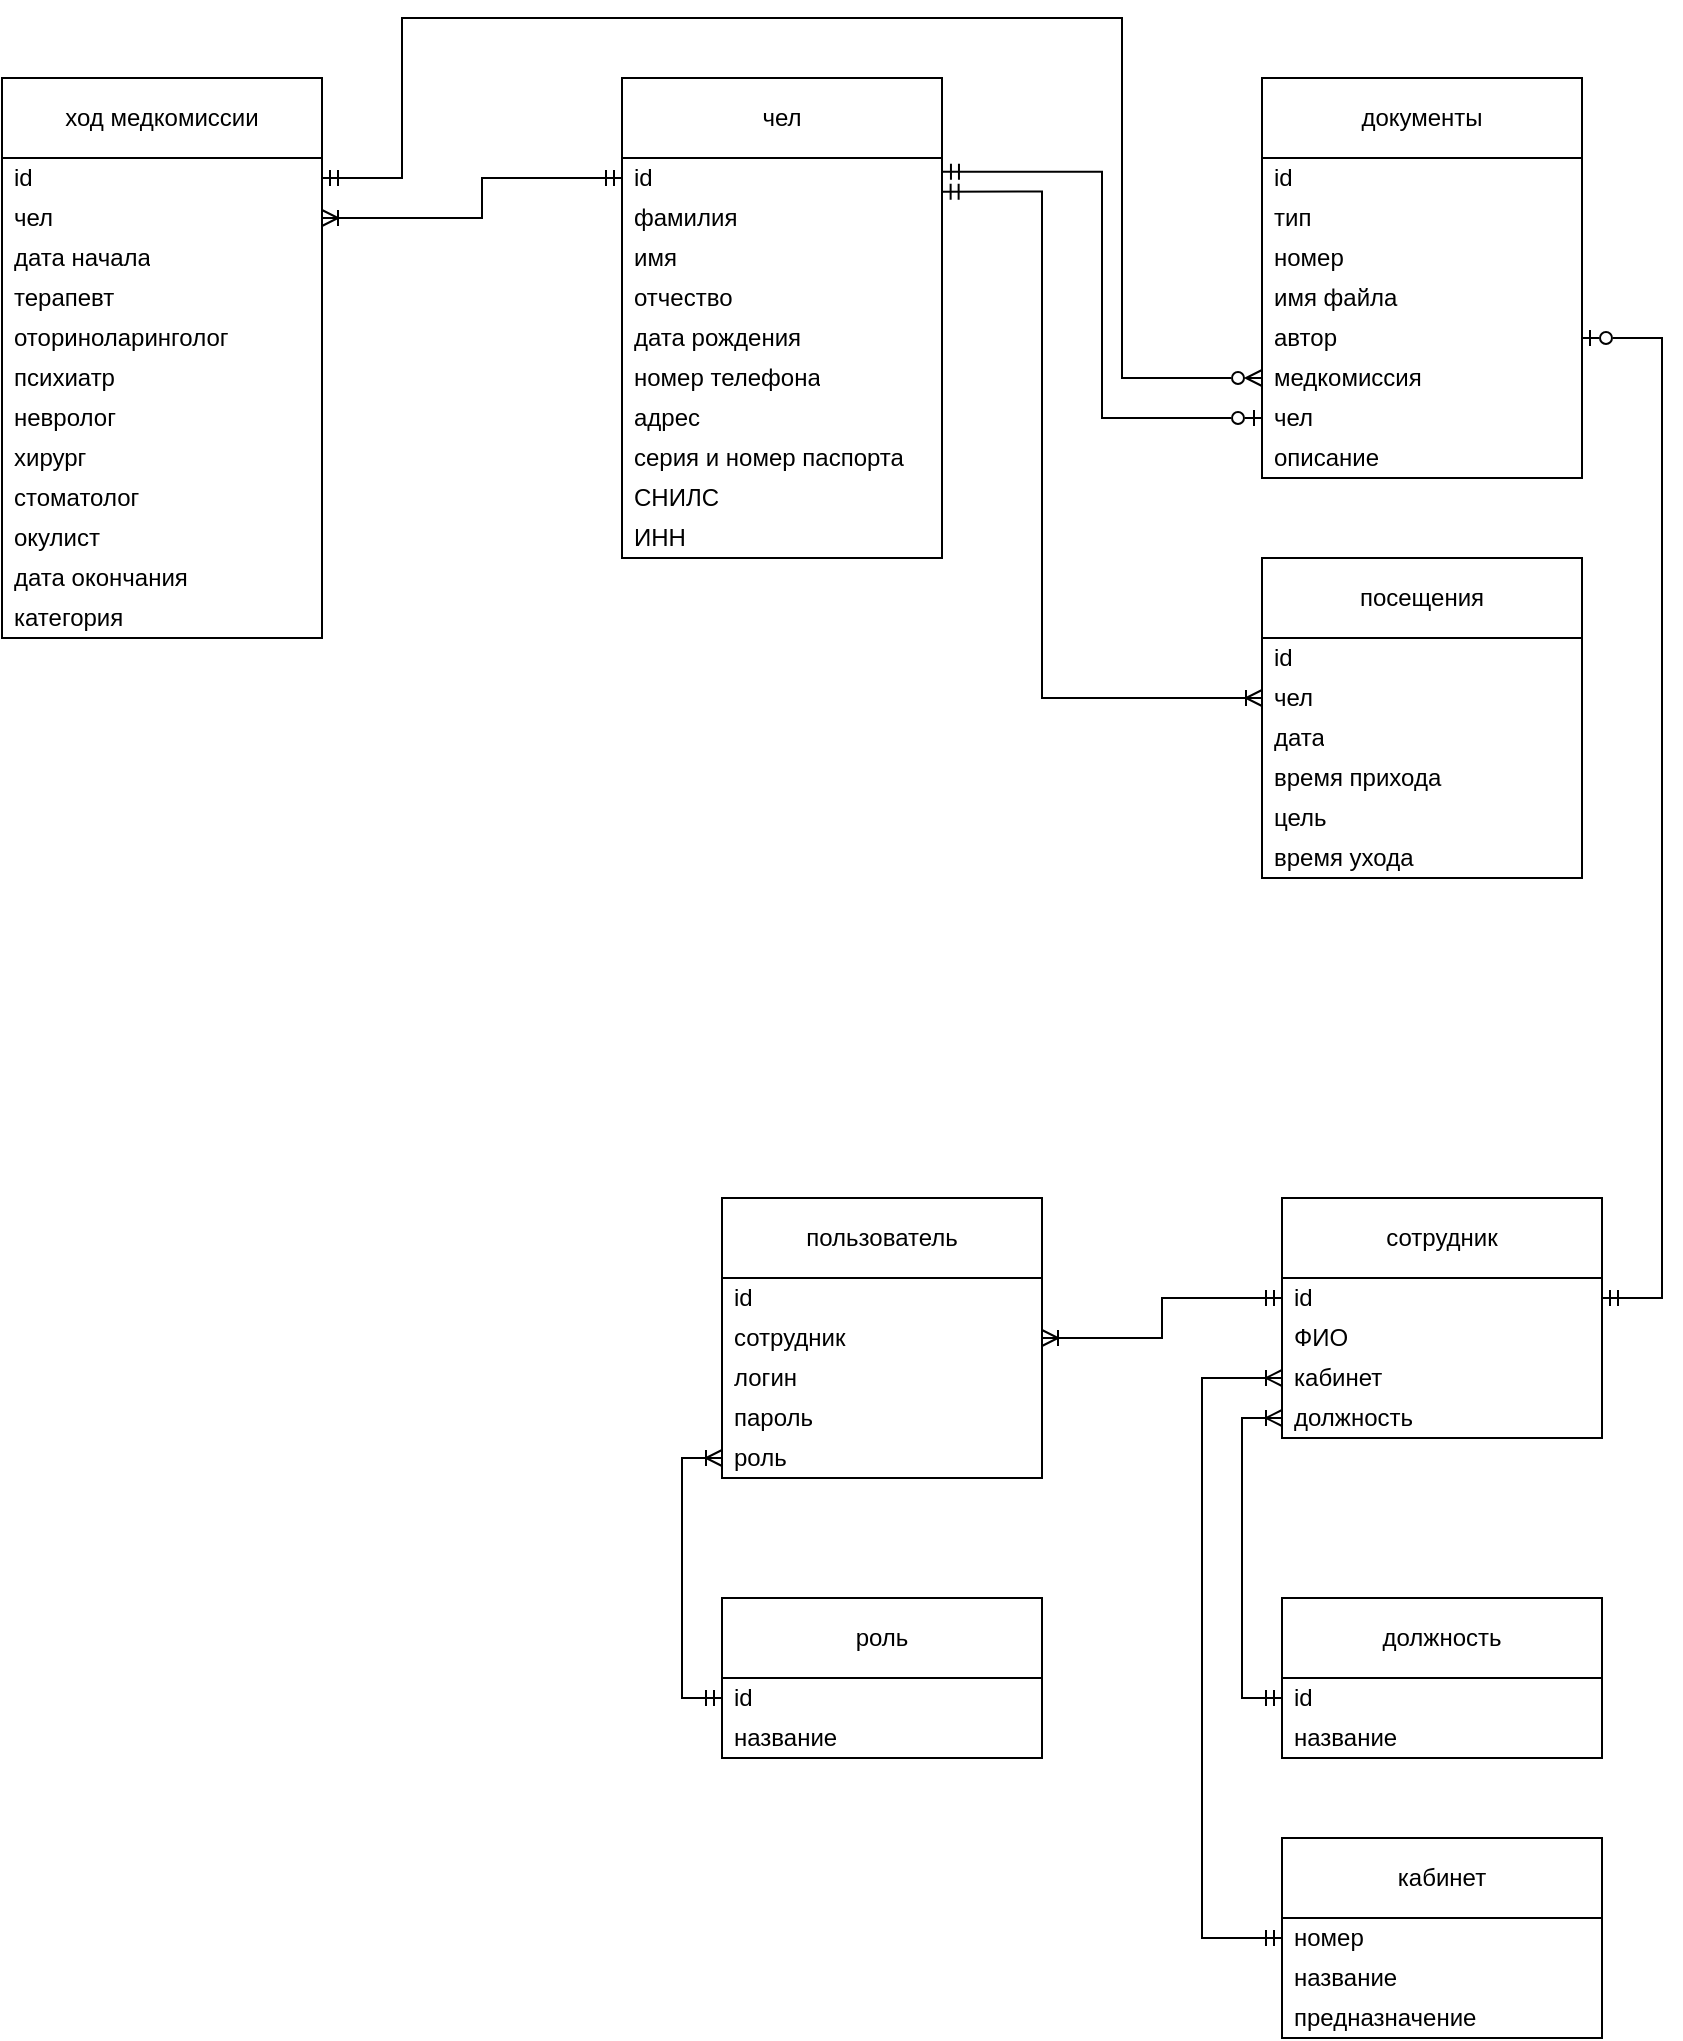
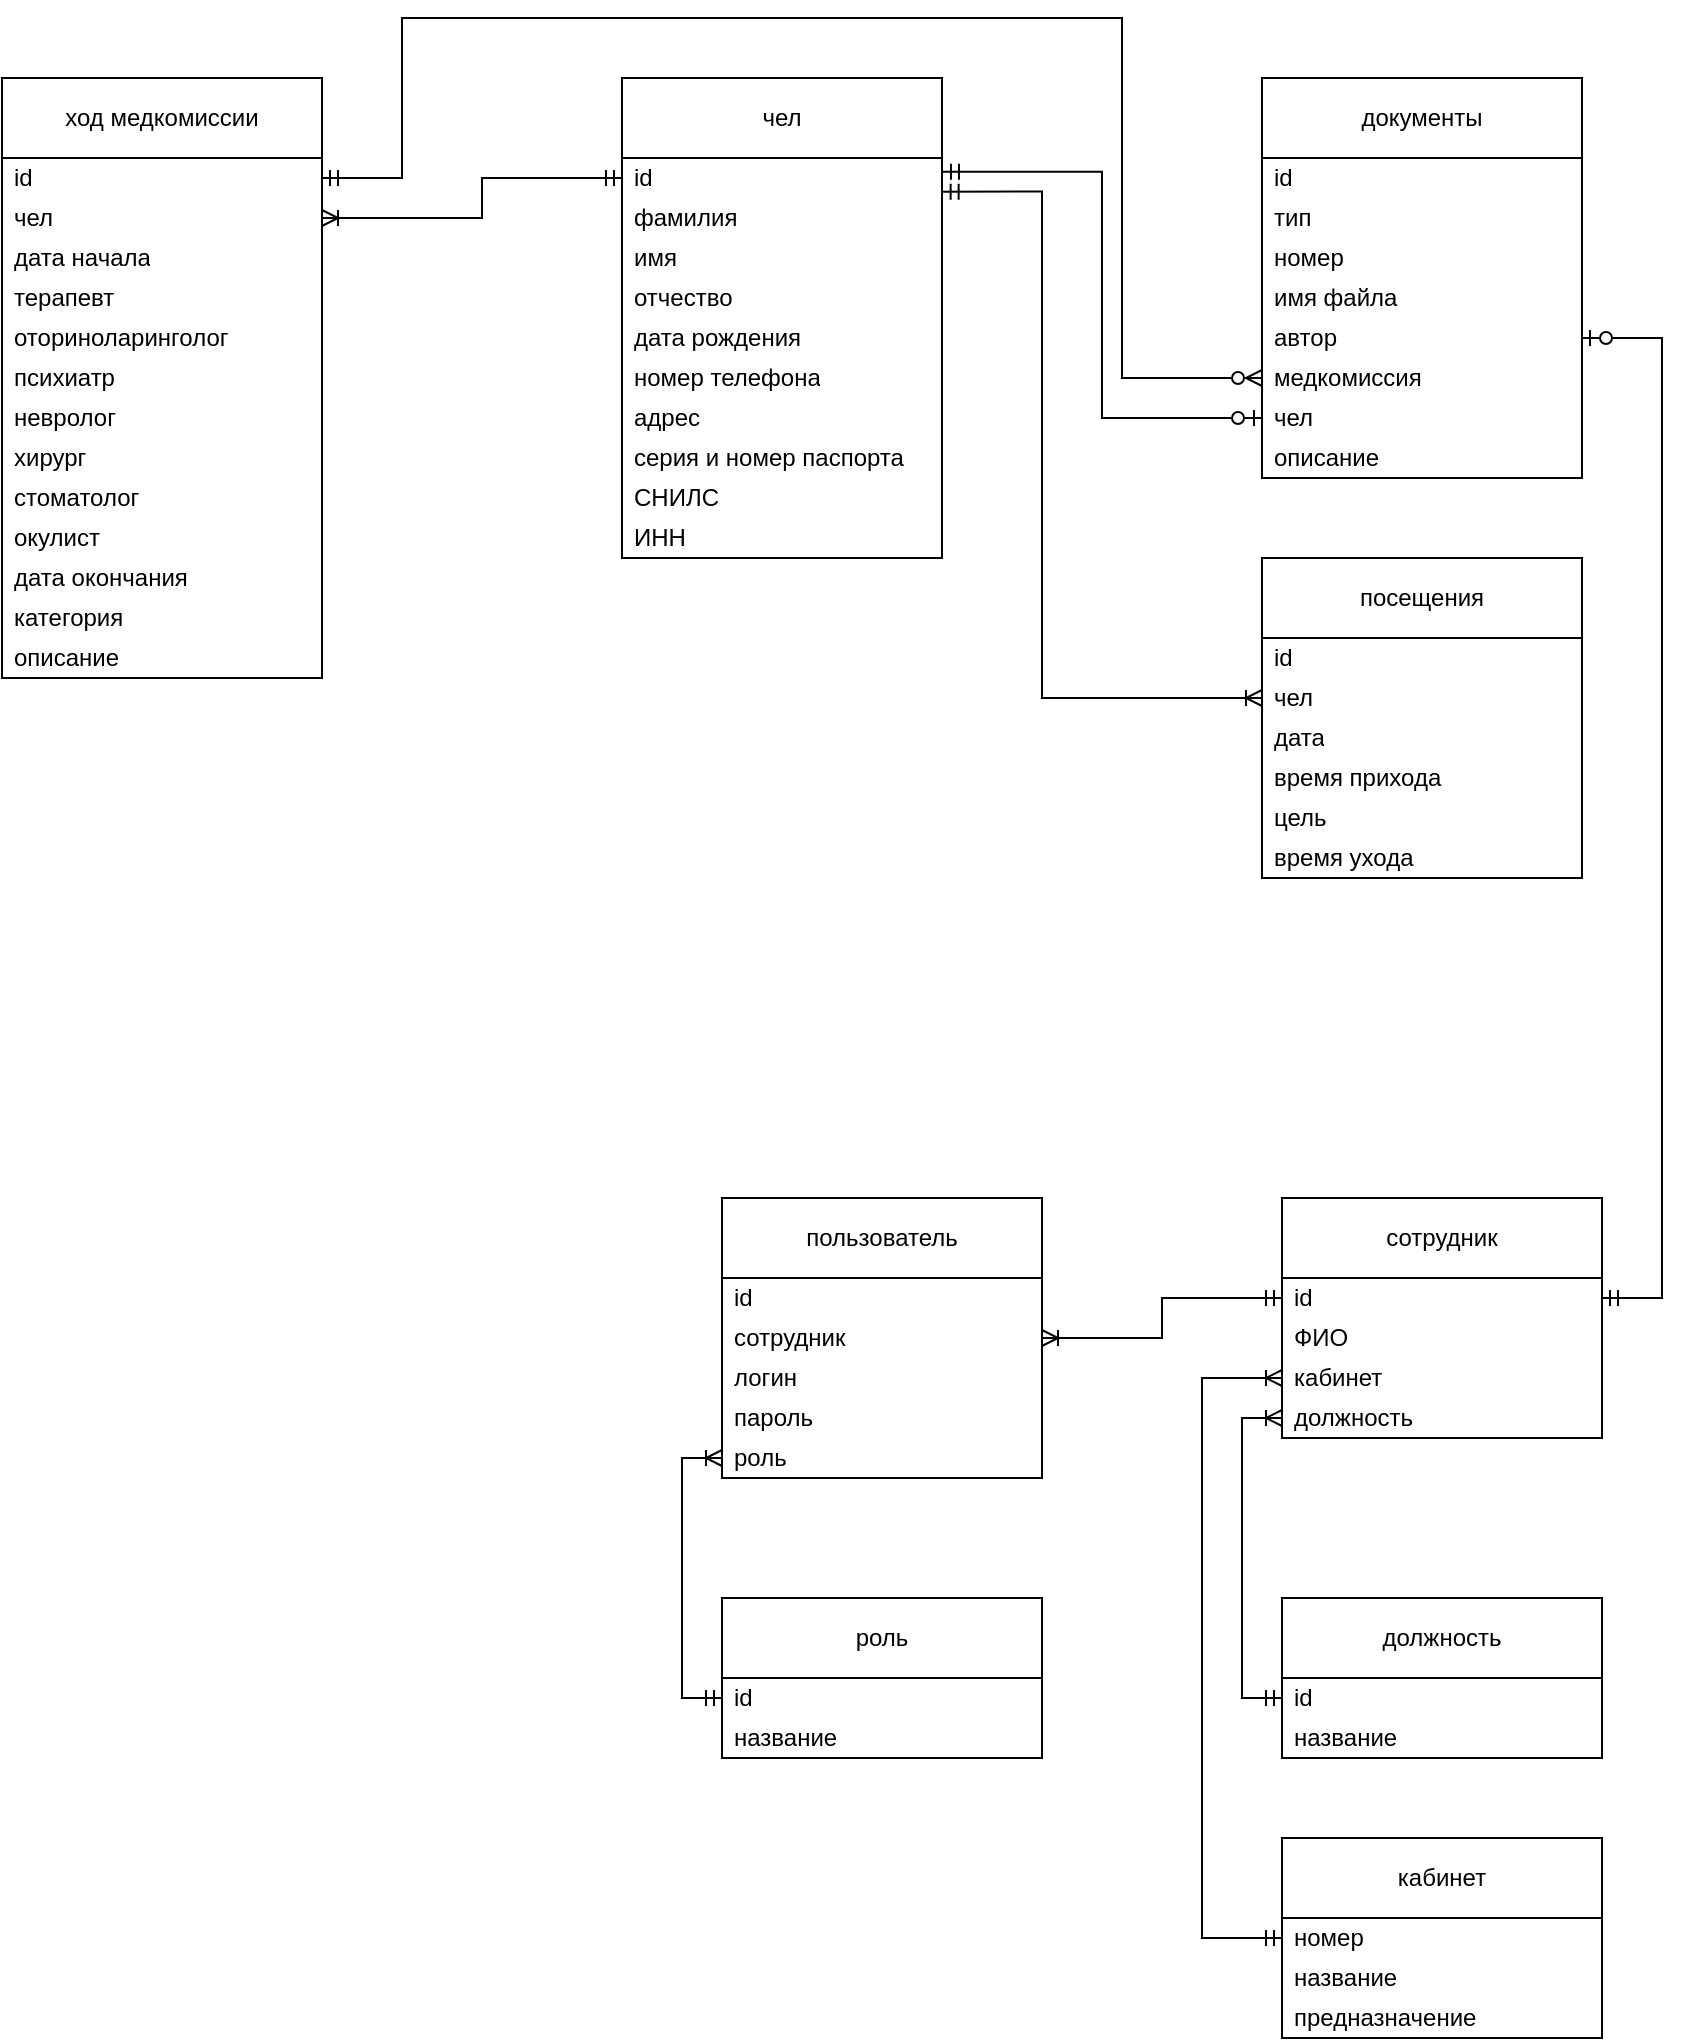
<mxfile host="Electron" agent="Mozilla/5.0 (Windows NT 10.0; Win64; x64) AppleWebKit/537.36 (KHTML, like Gecko) draw.io/29.6.1 Chrome/142.0.7444.265 Electron/39.8.0 Safari/537.36" version="29.6.1">
  <diagram name="Страница-1" id="S3eH96T5Km2KiMN3JvNQ">
-     <mxGraphModel dx="607" dy="378" grid="1" gridSize="10" guides="1" tooltips="1" connect="1" arrows="1" fold="1" page="1" pageScale="1" pageWidth="827" pageHeight="1169" math="0" shadow="0">
+     <mxGraphModel dx="1188" dy="741" grid="1" gridSize="10" guides="1" tooltips="1" connect="1" arrows="1" fold="1" page="1" pageScale="1" pageWidth="827" pageHeight="1169" math="0" shadow="0">
      <root>
        <mxCell id="0" />
        <mxCell id="1" parent="0" />
        <mxCell id="QCCio0czqhQAYPsaJVkk-1" parent="1" style="swimlane;fontStyle=0;childLayout=stackLayout;horizontal=1;startSize=40;horizontalStack=0;resizeParent=1;resizeParentMax=0;resizeLast=0;collapsible=1;marginBottom=0;whiteSpace=wrap;html=1;" value="чел" vertex="1">
          <mxGeometry height="240" width="160" x="750" y="200" as="geometry" />
        </mxCell>
        <mxCell id="QCCio0czqhQAYPsaJVkk-2" parent="QCCio0czqhQAYPsaJVkk-1" style="text;strokeColor=none;fillColor=none;align=left;verticalAlign=middle;spacingLeft=4;spacingRight=4;overflow=hidden;points=[[0,0.5],[1,0.5]];portConstraint=eastwest;rotatable=0;whiteSpace=wrap;html=1;" value="id" vertex="1">
          <mxGeometry height="20" width="160" y="40" as="geometry" />
        </mxCell>
        <mxCell id="QCCio0czqhQAYPsaJVkk-3" parent="QCCio0czqhQAYPsaJVkk-1" style="text;strokeColor=none;fillColor=none;align=left;verticalAlign=middle;spacingLeft=4;spacingRight=4;overflow=hidden;points=[[0,0.5],[1,0.5]];portConstraint=eastwest;rotatable=0;whiteSpace=wrap;html=1;" value="фамилия" vertex="1">
          <mxGeometry height="20" width="160" y="60" as="geometry" />
        </mxCell>
        <mxCell id="QCCio0czqhQAYPsaJVkk-4" parent="QCCio0czqhQAYPsaJVkk-1" style="text;strokeColor=none;fillColor=none;align=left;verticalAlign=middle;spacingLeft=4;spacingRight=4;overflow=hidden;points=[[0,0.5],[1,0.5]];portConstraint=eastwest;rotatable=0;whiteSpace=wrap;html=1;" value="имя" vertex="1">
          <mxGeometry height="20" width="160" y="80" as="geometry" />
        </mxCell>
        <mxCell id="QCCio0czqhQAYPsaJVkk-5" parent="QCCio0czqhQAYPsaJVkk-1" style="text;strokeColor=none;fillColor=none;align=left;verticalAlign=middle;spacingLeft=4;spacingRight=4;overflow=hidden;points=[[0,0.5],[1,0.5]];portConstraint=eastwest;rotatable=0;whiteSpace=wrap;html=1;" value="отчество" vertex="1">
          <mxGeometry height="20" width="160" y="100" as="geometry" />
        </mxCell>
        <mxCell id="QCCio0czqhQAYPsaJVkk-6" parent="QCCio0czqhQAYPsaJVkk-1" style="text;strokeColor=none;fillColor=none;align=left;verticalAlign=middle;spacingLeft=4;spacingRight=4;overflow=hidden;points=[[0,0.5],[1,0.5]];portConstraint=eastwest;rotatable=0;whiteSpace=wrap;html=1;" value="дата рождения" vertex="1">
          <mxGeometry height="20" width="160" y="120" as="geometry" />
        </mxCell>
        <mxCell id="QCCio0czqhQAYPsaJVkk-7" parent="QCCio0czqhQAYPsaJVkk-1" style="text;strokeColor=none;fillColor=none;align=left;verticalAlign=middle;spacingLeft=4;spacingRight=4;overflow=hidden;points=[[0,0.5],[1,0.5]];portConstraint=eastwest;rotatable=0;whiteSpace=wrap;html=1;" value="номер телефона" vertex="1">
          <mxGeometry height="20" width="160" y="140" as="geometry" />
        </mxCell>
        <mxCell id="QCCio0czqhQAYPsaJVkk-8" parent="QCCio0czqhQAYPsaJVkk-1" style="text;strokeColor=none;fillColor=none;align=left;verticalAlign=middle;spacingLeft=4;spacingRight=4;overflow=hidden;points=[[0,0.5],[1,0.5]];portConstraint=eastwest;rotatable=0;whiteSpace=wrap;html=1;" value="адрес" vertex="1">
          <mxGeometry height="20" width="160" y="160" as="geometry" />
        </mxCell>
        <mxCell id="QCCio0czqhQAYPsaJVkk-9" parent="QCCio0czqhQAYPsaJVkk-1" style="text;strokeColor=none;fillColor=none;align=left;verticalAlign=middle;spacingLeft=4;spacingRight=4;overflow=hidden;points=[[0,0.5],[1,0.5]];portConstraint=eastwest;rotatable=0;whiteSpace=wrap;html=1;" value="серия и номер паспорта" vertex="1">
          <mxGeometry height="20" width="160" y="180" as="geometry" />
        </mxCell>
        <mxCell id="QCCio0czqhQAYPsaJVkk-10" parent="QCCio0czqhQAYPsaJVkk-1" style="text;strokeColor=none;fillColor=none;align=left;verticalAlign=middle;spacingLeft=4;spacingRight=4;overflow=hidden;points=[[0,0.5],[1,0.5]];portConstraint=eastwest;rotatable=0;whiteSpace=wrap;html=1;" value="СНИЛС" vertex="1">
          <mxGeometry height="20" width="160" y="200" as="geometry" />
        </mxCell>
        <mxCell id="QCCio0czqhQAYPsaJVkk-11" parent="QCCio0czqhQAYPsaJVkk-1" style="text;strokeColor=none;fillColor=none;align=left;verticalAlign=middle;spacingLeft=4;spacingRight=4;overflow=hidden;points=[[0,0.5],[1,0.5]];portConstraint=eastwest;rotatable=0;whiteSpace=wrap;html=1;" value="ИНН" vertex="1">
          <mxGeometry height="20" width="160" y="220" as="geometry" />
        </mxCell>
        <mxCell id="QCCio0czqhQAYPsaJVkk-14" parent="1" style="swimlane;fontStyle=0;childLayout=stackLayout;horizontal=1;startSize=40;horizontalStack=0;resizeParent=1;resizeParentMax=0;resizeLast=0;collapsible=1;marginBottom=0;whiteSpace=wrap;html=1;" value="посещения" vertex="1">
          <mxGeometry height="160" width="160" x="1070" y="440" as="geometry" />
        </mxCell>
        <mxCell id="QCCio0czqhQAYPsaJVkk-15" parent="QCCio0czqhQAYPsaJVkk-14" style="text;strokeColor=none;fillColor=none;align=left;verticalAlign=middle;spacingLeft=4;spacingRight=4;overflow=hidden;points=[[0,0.5],[1,0.5]];portConstraint=eastwest;rotatable=0;whiteSpace=wrap;html=1;" value="id" vertex="1">
          <mxGeometry height="20" width="160" y="40" as="geometry" />
        </mxCell>
        <mxCell id="QCCio0czqhQAYPsaJVkk-16" parent="QCCio0czqhQAYPsaJVkk-14" style="text;strokeColor=none;fillColor=none;align=left;verticalAlign=middle;spacingLeft=4;spacingRight=4;overflow=hidden;points=[[0,0.5],[1,0.5]];portConstraint=eastwest;rotatable=0;whiteSpace=wrap;html=1;" value="чел" vertex="1">
          <mxGeometry height="20" width="160" y="60" as="geometry" />
        </mxCell>
        <mxCell id="QCCio0czqhQAYPsaJVkk-17" parent="QCCio0czqhQAYPsaJVkk-14" style="text;strokeColor=none;fillColor=none;align=left;verticalAlign=middle;spacingLeft=4;spacingRight=4;overflow=hidden;points=[[0,0.5],[1,0.5]];portConstraint=eastwest;rotatable=0;whiteSpace=wrap;html=1;" value="дата" vertex="1">
          <mxGeometry height="20" width="160" y="80" as="geometry" />
        </mxCell>
        <mxCell id="iJ2i9DIFwPjE_dnxFoKW-2" parent="QCCio0czqhQAYPsaJVkk-14" style="text;strokeColor=none;fillColor=none;align=left;verticalAlign=middle;spacingLeft=4;spacingRight=4;overflow=hidden;points=[[0,0.5],[1,0.5]];portConstraint=eastwest;rotatable=0;whiteSpace=wrap;html=1;" value="время прихода" vertex="1">
          <mxGeometry height="20" width="160" y="100" as="geometry" />
        </mxCell>
        <mxCell id="QCCio0czqhQAYPsaJVkk-18" parent="QCCio0czqhQAYPsaJVkk-14" style="text;strokeColor=none;fillColor=none;align=left;verticalAlign=middle;spacingLeft=4;spacingRight=4;overflow=hidden;points=[[0,0.5],[1,0.5]];portConstraint=eastwest;rotatable=0;whiteSpace=wrap;html=1;" value="цель" vertex="1">
          <mxGeometry height="20" width="160" y="120" as="geometry" />
        </mxCell>
        <mxCell id="iJ2i9DIFwPjE_dnxFoKW-1" parent="QCCio0czqhQAYPsaJVkk-14" style="text;strokeColor=none;fillColor=none;align=left;verticalAlign=middle;spacingLeft=4;spacingRight=4;overflow=hidden;points=[[0,0.5],[1,0.5]];portConstraint=eastwest;rotatable=0;whiteSpace=wrap;html=1;" value="время ухода" vertex="1">
          <mxGeometry height="20" width="160" y="140" as="geometry" />
        </mxCell>
        <mxCell id="QCCio0czqhQAYPsaJVkk-19" parent="1" style="swimlane;fontStyle=0;childLayout=stackLayout;horizontal=1;startSize=40;horizontalStack=0;resizeParent=1;resizeParentMax=0;resizeLast=0;collapsible=1;marginBottom=0;whiteSpace=wrap;html=1;" value="сотрудник" vertex="1">
          <mxGeometry height="120" width="160" x="1080" y="760" as="geometry" />
        </mxCell>
        <mxCell id="QCCio0czqhQAYPsaJVkk-20" parent="QCCio0czqhQAYPsaJVkk-19" style="text;strokeColor=none;fillColor=none;align=left;verticalAlign=middle;spacingLeft=4;spacingRight=4;overflow=hidden;points=[[0,0.5],[1,0.5]];portConstraint=eastwest;rotatable=0;whiteSpace=wrap;html=1;" value="id" vertex="1">
          <mxGeometry height="20" width="160" y="40" as="geometry" />
        </mxCell>
        <mxCell id="QCCio0czqhQAYPsaJVkk-21" parent="QCCio0czqhQAYPsaJVkk-19" style="text;strokeColor=none;fillColor=none;align=left;verticalAlign=middle;spacingLeft=4;spacingRight=4;overflow=hidden;points=[[0,0.5],[1,0.5]];portConstraint=eastwest;rotatable=0;whiteSpace=wrap;html=1;" value="ФИО" vertex="1">
          <mxGeometry height="20" width="160" y="60" as="geometry" />
        </mxCell>
        <mxCell id="QCCio0czqhQAYPsaJVkk-24" parent="QCCio0czqhQAYPsaJVkk-19" style="text;strokeColor=none;fillColor=none;align=left;verticalAlign=middle;spacingLeft=4;spacingRight=4;overflow=hidden;points=[[0,0.5],[1,0.5]];portConstraint=eastwest;rotatable=0;whiteSpace=wrap;html=1;" value="кабинет" vertex="1">
          <mxGeometry height="20" width="160" y="80" as="geometry" />
        </mxCell>
        <mxCell id="_7CWWWRRHnUByzOvKkJp-8" parent="QCCio0czqhQAYPsaJVkk-19" style="text;strokeColor=none;fillColor=none;align=left;verticalAlign=middle;spacingLeft=4;spacingRight=4;overflow=hidden;points=[[0,0.5],[1,0.5]];portConstraint=eastwest;rotatable=0;whiteSpace=wrap;html=1;" value="должность" vertex="1">
          <mxGeometry height="20" width="160" y="100" as="geometry" />
        </mxCell>
        <mxCell id="QCCio0czqhQAYPsaJVkk-25" parent="1" style="swimlane;fontStyle=0;childLayout=stackLayout;horizontal=1;startSize=40;horizontalStack=0;resizeParent=1;resizeParentMax=0;resizeLast=0;collapsible=1;marginBottom=0;whiteSpace=wrap;html=1;" value="кабинет" vertex="1">
          <mxGeometry height="100" width="160" x="1080" y="1080" as="geometry" />
        </mxCell>
        <mxCell id="QCCio0czqhQAYPsaJVkk-26" parent="QCCio0czqhQAYPsaJVkk-25" style="text;strokeColor=none;fillColor=none;align=left;verticalAlign=middle;spacingLeft=4;spacingRight=4;overflow=hidden;points=[[0,0.5],[1,0.5]];portConstraint=eastwest;rotatable=0;whiteSpace=wrap;html=1;" value="номер" vertex="1">
          <mxGeometry height="20" width="160" y="40" as="geometry" />
        </mxCell>
        <mxCell id="QCCio0czqhQAYPsaJVkk-27" parent="QCCio0czqhQAYPsaJVkk-25" style="text;strokeColor=none;fillColor=none;align=left;verticalAlign=middle;spacingLeft=4;spacingRight=4;overflow=hidden;points=[[0,0.5],[1,0.5]];portConstraint=eastwest;rotatable=0;whiteSpace=wrap;html=1;" value="название" vertex="1">
          <mxGeometry height="20" width="160" y="60" as="geometry" />
        </mxCell>
        <mxCell id="QCCio0czqhQAYPsaJVkk-28" parent="QCCio0czqhQAYPsaJVkk-25" style="text;strokeColor=none;fillColor=none;align=left;verticalAlign=middle;spacingLeft=4;spacingRight=4;overflow=hidden;points=[[0,0.5],[1,0.5]];portConstraint=eastwest;rotatable=0;whiteSpace=wrap;html=1;" value="предназначение" vertex="1">
          <mxGeometry height="20" width="160" y="80" as="geometry" />
        </mxCell>
        <mxCell id="QCCio0czqhQAYPsaJVkk-29" edge="1" parent="1" source="QCCio0czqhQAYPsaJVkk-24" style="edgeStyle=orthogonalEdgeStyle;rounded=0;orthogonalLoop=1;jettySize=auto;html=1;startArrow=ERoneToMany;startFill=0;endArrow=ERmandOne;endFill=0;exitX=0;exitY=0.5;exitDx=0;exitDy=0;">
          <mxGeometry relative="1" as="geometry">
            <Array as="points">
              <mxPoint x="1040" y="850" />
              <mxPoint x="1040" y="1130" />
            </Array>
            <mxPoint x="1080" y="910" as="sourcePoint" />
            <mxPoint x="1080" y="1130" as="targetPoint" />
          </mxGeometry>
        </mxCell>
        <mxCell id="QCCio0czqhQAYPsaJVkk-30" parent="1" style="swimlane;fontStyle=0;childLayout=stackLayout;horizontal=1;startSize=40;horizontalStack=0;resizeParent=1;resizeParentMax=0;resizeLast=0;collapsible=1;marginBottom=0;whiteSpace=wrap;html=1;" value="документы" vertex="1">
          <mxGeometry height="200" width="160" x="1070" y="200" as="geometry" />
        </mxCell>
        <mxCell id="QCCio0czqhQAYPsaJVkk-31" parent="QCCio0czqhQAYPsaJVkk-30" style="text;strokeColor=none;fillColor=none;align=left;verticalAlign=middle;spacingLeft=4;spacingRight=4;overflow=hidden;points=[[0,0.5],[1,0.5]];portConstraint=eastwest;rotatable=0;whiteSpace=wrap;html=1;" value="id" vertex="1">
          <mxGeometry height="20" width="160" y="40" as="geometry" />
        </mxCell>
        <mxCell id="QCCio0czqhQAYPsaJVkk-32" parent="QCCio0czqhQAYPsaJVkk-30" style="text;strokeColor=none;fillColor=none;align=left;verticalAlign=middle;spacingLeft=4;spacingRight=4;overflow=hidden;points=[[0,0.5],[1,0.5]];portConstraint=eastwest;rotatable=0;whiteSpace=wrap;html=1;" value="тип" vertex="1">
          <mxGeometry height="20" width="160" y="60" as="geometry" />
        </mxCell>
        <mxCell id="QCCio0czqhQAYPsaJVkk-33" parent="QCCio0czqhQAYPsaJVkk-30" style="text;strokeColor=none;fillColor=none;align=left;verticalAlign=middle;spacingLeft=4;spacingRight=4;overflow=hidden;points=[[0,0.5],[1,0.5]];portConstraint=eastwest;rotatable=0;whiteSpace=wrap;html=1;" value="номер" vertex="1">
          <mxGeometry height="20" width="160" y="80" as="geometry" />
        </mxCell>
        <mxCell id="5v35WYOy-HeSkfLyppc9-16" parent="QCCio0czqhQAYPsaJVkk-30" style="text;strokeColor=none;fillColor=none;align=left;verticalAlign=middle;spacingLeft=4;spacingRight=4;overflow=hidden;points=[[0,0.5],[1,0.5]];portConstraint=eastwest;rotatable=0;whiteSpace=wrap;html=1;" value="имя файла" vertex="1">
          <mxGeometry height="20" width="160" y="100" as="geometry" />
        </mxCell>
        <mxCell id="QCCio0czqhQAYPsaJVkk-34" parent="QCCio0czqhQAYPsaJVkk-30" style="text;strokeColor=none;fillColor=none;align=left;verticalAlign=middle;spacingLeft=4;spacingRight=4;overflow=hidden;points=[[0,0.5],[1,0.5]];portConstraint=eastwest;rotatable=0;whiteSpace=wrap;html=1;" value="автор" vertex="1">
          <mxGeometry height="20" width="160" y="120" as="geometry" />
        </mxCell>
        <mxCell id="5v35WYOy-HeSkfLyppc9-18" parent="QCCio0czqhQAYPsaJVkk-30" style="text;strokeColor=none;fillColor=none;align=left;verticalAlign=middle;spacingLeft=4;spacingRight=4;overflow=hidden;points=[[0,0.5],[1,0.5]];portConstraint=eastwest;rotatable=0;whiteSpace=wrap;html=1;" value="медкомиссия" vertex="1">
          <mxGeometry height="20" width="160" y="140" as="geometry" />
        </mxCell>
        <mxCell id="QCCio0czqhQAYPsaJVkk-37" parent="QCCio0czqhQAYPsaJVkk-30" style="text;strokeColor=none;fillColor=none;align=left;verticalAlign=middle;spacingLeft=4;spacingRight=4;overflow=hidden;points=[[0,0.5],[1,0.5]];portConstraint=eastwest;rotatable=0;whiteSpace=wrap;html=1;" value="чел" vertex="1">
          <mxGeometry height="20" width="160" y="160" as="geometry" />
        </mxCell>
        <mxCell id="5v35WYOy-HeSkfLyppc9-17" parent="QCCio0czqhQAYPsaJVkk-30" style="text;strokeColor=none;fillColor=none;align=left;verticalAlign=middle;spacingLeft=4;spacingRight=4;overflow=hidden;points=[[0,0.5],[1,0.5]];portConstraint=eastwest;rotatable=0;whiteSpace=wrap;html=1;" value="описание" vertex="1">
          <mxGeometry height="20" width="160" y="180" as="geometry" />
        </mxCell>
        <mxCell id="QCCio0czqhQAYPsaJVkk-38" edge="1" parent="1" source="QCCio0czqhQAYPsaJVkk-2" style="edgeStyle=orthogonalEdgeStyle;rounded=0;orthogonalLoop=1;jettySize=auto;html=1;entryX=0;entryY=0.5;entryDx=0;entryDy=0;exitX=1.002;exitY=0.841;exitDx=0;exitDy=0;exitPerimeter=0;startArrow=ERmandOne;startFill=0;endArrow=ERoneToMany;endFill=0;" target="QCCio0czqhQAYPsaJVkk-16">
          <mxGeometry relative="1" as="geometry">
            <Array as="points">
              <mxPoint x="960" y="257" />
              <mxPoint x="960" y="510" />
            </Array>
          </mxGeometry>
        </mxCell>
        <mxCell id="QCCio0czqhQAYPsaJVkk-39" edge="1" parent="1" source="QCCio0czqhQAYPsaJVkk-2" style="edgeStyle=orthogonalEdgeStyle;rounded=0;orthogonalLoop=1;jettySize=auto;html=1;entryX=0;entryY=0.5;entryDx=0;entryDy=0;startArrow=ERmandOne;startFill=0;endArrow=ERzeroToOne;endFill=0;exitX=1.003;exitY=0.344;exitDx=0;exitDy=0;exitPerimeter=0;" target="QCCio0czqhQAYPsaJVkk-37">
          <mxGeometry relative="1" as="geometry">
            <Array as="points">
              <mxPoint x="990" y="247" />
              <mxPoint x="990" y="370" />
            </Array>
            <mxPoint x="1030" y="330" as="targetPoint" />
          </mxGeometry>
        </mxCell>
        <mxCell id="QCCio0czqhQAYPsaJVkk-40" parent="1" style="swimlane;fontStyle=0;childLayout=stackLayout;horizontal=1;startSize=40;horizontalStack=0;resizeParent=1;resizeParentMax=0;resizeLast=0;collapsible=1;marginBottom=0;whiteSpace=wrap;html=1;" value="роль" vertex="1">
          <mxGeometry height="80" width="160" x="800" y="960" as="geometry" />
        </mxCell>
        <mxCell id="QCCio0czqhQAYPsaJVkk-41" parent="QCCio0czqhQAYPsaJVkk-40" style="text;strokeColor=none;fillColor=none;align=left;verticalAlign=middle;spacingLeft=4;spacingRight=4;overflow=hidden;points=[[0,0.5],[1,0.5]];portConstraint=eastwest;rotatable=0;whiteSpace=wrap;html=1;" value="id" vertex="1">
          <mxGeometry height="20" width="160" y="40" as="geometry" />
        </mxCell>
        <mxCell id="QCCio0czqhQAYPsaJVkk-42" parent="QCCio0czqhQAYPsaJVkk-40" style="text;strokeColor=none;fillColor=none;align=left;verticalAlign=middle;spacingLeft=4;spacingRight=4;overflow=hidden;points=[[0,0.5],[1,0.5]];portConstraint=eastwest;rotatable=0;whiteSpace=wrap;html=1;" value="название" vertex="1">
          <mxGeometry height="20" width="160" y="60" as="geometry" />
        </mxCell>
        <mxCell id="QCCio0czqhQAYPsaJVkk-44" edge="1" parent="1" source="QCCio0czqhQAYPsaJVkk-20" style="edgeStyle=orthogonalEdgeStyle;rounded=0;orthogonalLoop=1;jettySize=auto;html=1;entryX=1;entryY=0.5;entryDx=0;entryDy=0;startArrow=ERmandOne;startFill=0;endArrow=ERzeroToOne;endFill=0;exitX=1;exitY=0.5;exitDx=0;exitDy=0;" target="QCCio0czqhQAYPsaJVkk-34">
          <mxGeometry relative="1" as="geometry">
            <Array as="points">
              <mxPoint x="1270" y="810" />
              <mxPoint x="1270" y="330" />
            </Array>
            <mxPoint x="1270" y="750" as="sourcePoint" />
            <mxPoint x="1220" y="390" as="targetPoint" />
          </mxGeometry>
        </mxCell>
        <mxCell id="QCCio0czqhQAYPsaJVkk-45" parent="1" style="swimlane;fontStyle=0;childLayout=stackLayout;horizontal=1;startSize=40;horizontalStack=0;resizeParent=1;resizeParentMax=0;resizeLast=0;collapsible=1;marginBottom=0;whiteSpace=wrap;html=1;" value="ход медкомиссии" vertex="1">
-           <mxGeometry height="280" width="160" x="440" y="200" as="geometry" />
+           <mxGeometry height="300" width="160" x="440" y="200" as="geometry" />
        </mxCell>
        <mxCell id="QCCio0czqhQAYPsaJVkk-46" parent="QCCio0czqhQAYPsaJVkk-45" style="text;strokeColor=none;fillColor=none;align=left;verticalAlign=middle;spacingLeft=4;spacingRight=4;overflow=hidden;points=[[0,0.5],[1,0.5]];portConstraint=eastwest;rotatable=0;whiteSpace=wrap;html=1;" value="id" vertex="1">
          <mxGeometry height="20" width="160" y="40" as="geometry" />
        </mxCell>
        <mxCell id="QCCio0czqhQAYPsaJVkk-47" parent="QCCio0czqhQAYPsaJVkk-45" style="text;strokeColor=none;fillColor=none;align=left;verticalAlign=middle;spacingLeft=4;spacingRight=4;overflow=hidden;points=[[0,0.5],[1,0.5]];portConstraint=eastwest;rotatable=0;whiteSpace=wrap;html=1;" value="чел" vertex="1">
          <mxGeometry height="20" width="160" y="60" as="geometry" />
        </mxCell>
        <mxCell id="QCCio0czqhQAYPsaJVkk-49" parent="QCCio0czqhQAYPsaJVkk-45" style="text;strokeColor=none;fillColor=none;align=left;verticalAlign=middle;spacingLeft=4;spacingRight=4;overflow=hidden;points=[[0,0.5],[1,0.5]];portConstraint=eastwest;rotatable=0;whiteSpace=wrap;html=1;" value="дата начала" vertex="1">
          <mxGeometry height="20" width="160" y="80" as="geometry" />
        </mxCell>
        <mxCell id="QCCio0czqhQAYPsaJVkk-58" parent="QCCio0czqhQAYPsaJVkk-45" style="text;strokeColor=none;fillColor=none;align=left;verticalAlign=middle;spacingLeft=4;spacingRight=4;overflow=hidden;points=[[0,0.5],[1,0.5]];portConstraint=eastwest;rotatable=0;whiteSpace=wrap;html=1;" value="терапевт" vertex="1">
          <mxGeometry height="20" width="160" y="100" as="geometry" />
        </mxCell>
        <mxCell id="QCCio0czqhQAYPsaJVkk-64" parent="QCCio0czqhQAYPsaJVkk-45" style="text;strokeColor=none;fillColor=none;align=left;verticalAlign=middle;spacingLeft=4;spacingRight=4;overflow=hidden;points=[[0,0.5],[1,0.5]];portConstraint=eastwest;rotatable=0;whiteSpace=wrap;html=1;" value="оториноларинголог" vertex="1">
          <mxGeometry height="20" width="160" y="120" as="geometry" />
        </mxCell>
        <mxCell id="QCCio0czqhQAYPsaJVkk-63" parent="QCCio0czqhQAYPsaJVkk-45" style="text;strokeColor=none;fillColor=none;align=left;verticalAlign=middle;spacingLeft=4;spacingRight=4;overflow=hidden;points=[[0,0.5],[1,0.5]];portConstraint=eastwest;rotatable=0;whiteSpace=wrap;html=1;" value="психиатр" vertex="1">
          <mxGeometry height="20" width="160" y="140" as="geometry" />
        </mxCell>
        <mxCell id="QCCio0czqhQAYPsaJVkk-62" parent="QCCio0czqhQAYPsaJVkk-45" style="text;strokeColor=none;fillColor=none;align=left;verticalAlign=middle;spacingLeft=4;spacingRight=4;overflow=hidden;points=[[0,0.5],[1,0.5]];portConstraint=eastwest;rotatable=0;whiteSpace=wrap;html=1;" value="невролог" vertex="1">
          <mxGeometry height="20" width="160" y="160" as="geometry" />
        </mxCell>
        <mxCell id="QCCio0czqhQAYPsaJVkk-61" parent="QCCio0czqhQAYPsaJVkk-45" style="text;strokeColor=none;fillColor=none;align=left;verticalAlign=middle;spacingLeft=4;spacingRight=4;overflow=hidden;points=[[0,0.5],[1,0.5]];portConstraint=eastwest;rotatable=0;whiteSpace=wrap;html=1;" value="хирург" vertex="1">
          <mxGeometry height="20" width="160" y="180" as="geometry" />
        </mxCell>
        <mxCell id="QCCio0czqhQAYPsaJVkk-60" parent="QCCio0czqhQAYPsaJVkk-45" style="text;strokeColor=none;fillColor=none;align=left;verticalAlign=middle;spacingLeft=4;spacingRight=4;overflow=hidden;points=[[0,0.5],[1,0.5]];portConstraint=eastwest;rotatable=0;whiteSpace=wrap;html=1;" value="стоматолог" vertex="1">
          <mxGeometry height="20" width="160" y="200" as="geometry" />
        </mxCell>
        <mxCell id="QCCio0czqhQAYPsaJVkk-59" parent="QCCio0czqhQAYPsaJVkk-45" style="text;strokeColor=none;fillColor=none;align=left;verticalAlign=middle;spacingLeft=4;spacingRight=4;overflow=hidden;points=[[0,0.5],[1,0.5]];portConstraint=eastwest;rotatable=0;whiteSpace=wrap;html=1;" value="окулист" vertex="1">
          <mxGeometry height="20" width="160" y="220" as="geometry" />
        </mxCell>
        <mxCell id="QCCio0czqhQAYPsaJVkk-50" parent="QCCio0czqhQAYPsaJVkk-45" style="text;strokeColor=none;fillColor=none;align=left;verticalAlign=middle;spacingLeft=4;spacingRight=4;overflow=hidden;points=[[0,0.5],[1,0.5]];portConstraint=eastwest;rotatable=0;whiteSpace=wrap;html=1;" value="дата окончания" vertex="1">
          <mxGeometry height="20" width="160" y="240" as="geometry" />
        </mxCell>
        <mxCell id="QCCio0czqhQAYPsaJVkk-51" parent="QCCio0czqhQAYPsaJVkk-45" style="text;strokeColor=none;fillColor=none;align=left;verticalAlign=middle;spacingLeft=4;spacingRight=4;overflow=hidden;points=[[0,0.5],[1,0.5]];portConstraint=eastwest;rotatable=0;whiteSpace=wrap;html=1;" value="категория" vertex="1">
          <mxGeometry height="20" width="160" y="260" as="geometry" />
+         </mxCell>
+         <mxCell id="Js9HRbeX1C3ZTcdUkiNN-1" parent="QCCio0czqhQAYPsaJVkk-45" style="text;strokeColor=none;fillColor=none;align=left;verticalAlign=middle;spacingLeft=4;spacingRight=4;overflow=hidden;points=[[0,0.5],[1,0.5]];portConstraint=eastwest;rotatable=0;whiteSpace=wrap;html=1;" value="описание" vertex="1">
+           <mxGeometry height="20" width="160" y="280" as="geometry" />
        </mxCell>
        <mxCell id="QCCio0czqhQAYPsaJVkk-66" edge="1" parent="1" source="QCCio0czqhQAYPsaJVkk-2" style="edgeStyle=orthogonalEdgeStyle;rounded=0;orthogonalLoop=1;jettySize=auto;html=1;entryX=1;entryY=0.5;entryDx=0;entryDy=0;endArrow=ERoneToMany;endFill=0;startArrow=ERmandOne;startFill=0;" target="QCCio0czqhQAYPsaJVkk-47">
          <mxGeometry relative="1" as="geometry">
            <Array as="points">
              <mxPoint x="680" y="250" />
              <mxPoint x="680" y="270" />
            </Array>
          </mxGeometry>
        </mxCell>
        <mxCell id="QCCio0czqhQAYPsaJVkk-75" parent="1" style="swimlane;fontStyle=0;childLayout=stackLayout;horizontal=1;startSize=40;horizontalStack=0;resizeParent=1;resizeParentMax=0;resizeLast=0;collapsible=1;marginBottom=0;whiteSpace=wrap;html=1;" value="должность" vertex="1">
          <mxGeometry height="80" width="160" x="1080" y="960" as="geometry" />
        </mxCell>
        <mxCell id="QCCio0czqhQAYPsaJVkk-76" parent="QCCio0czqhQAYPsaJVkk-75" style="text;strokeColor=none;fillColor=none;align=left;verticalAlign=middle;spacingLeft=4;spacingRight=4;overflow=hidden;points=[[0,0.5],[1,0.5]];portConstraint=eastwest;rotatable=0;whiteSpace=wrap;html=1;" value="id" vertex="1">
          <mxGeometry height="20" width="160" y="40" as="geometry" />
        </mxCell>
        <mxCell id="QCCio0czqhQAYPsaJVkk-77" parent="QCCio0czqhQAYPsaJVkk-75" style="text;strokeColor=none;fillColor=none;align=left;verticalAlign=middle;spacingLeft=4;spacingRight=4;overflow=hidden;points=[[0,0.5],[1,0.5]];portConstraint=eastwest;rotatable=0;whiteSpace=wrap;html=1;" value="название" vertex="1">
          <mxGeometry height="20" width="160" y="60" as="geometry" />
        </mxCell>
        <mxCell id="5v35WYOy-HeSkfLyppc9-19" edge="1" parent="1" source="5v35WYOy-HeSkfLyppc9-18" style="edgeStyle=orthogonalEdgeStyle;rounded=0;orthogonalLoop=1;jettySize=auto;html=1;entryX=1;entryY=0.5;entryDx=0;entryDy=0;startArrow=ERzeroToMany;startFill=0;endArrow=ERmandOne;endFill=0;exitX=0;exitY=0.5;exitDx=0;exitDy=0;" target="QCCio0czqhQAYPsaJVkk-46">
          <mxGeometry relative="1" as="geometry">
            <Array as="points">
              <mxPoint x="1000" y="350" />
              <mxPoint x="1000" y="170" />
              <mxPoint x="640" y="170" />
              <mxPoint x="640" y="250" />
            </Array>
          </mxGeometry>
        </mxCell>
        <mxCell id="_7CWWWRRHnUByzOvKkJp-9" edge="1" parent="1" source="_7CWWWRRHnUByzOvKkJp-8" style="edgeStyle=orthogonalEdgeStyle;rounded=0;orthogonalLoop=1;jettySize=auto;html=1;entryX=0;entryY=0.5;entryDx=0;entryDy=0;startArrow=ERoneToMany;startFill=0;endArrow=ERmandOne;endFill=0;" target="QCCio0czqhQAYPsaJVkk-76">
          <mxGeometry relative="1" as="geometry" />
        </mxCell>
        <mxCell id="_7CWWWRRHnUByzOvKkJp-10" parent="1" style="swimlane;fontStyle=0;childLayout=stackLayout;horizontal=1;startSize=40;horizontalStack=0;resizeParent=1;resizeParentMax=0;resizeLast=0;collapsible=1;marginBottom=0;whiteSpace=wrap;html=1;" value="пользователь" vertex="1">
          <mxGeometry height="140" width="160" x="800" y="760" as="geometry" />
        </mxCell>
        <mxCell id="_7CWWWRRHnUByzOvKkJp-11" parent="_7CWWWRRHnUByzOvKkJp-10" style="text;strokeColor=none;fillColor=none;align=left;verticalAlign=middle;spacingLeft=4;spacingRight=4;overflow=hidden;points=[[0,0.5],[1,0.5]];portConstraint=eastwest;rotatable=0;whiteSpace=wrap;html=1;" value="id" vertex="1">
          <mxGeometry height="20" width="160" y="40" as="geometry" />
        </mxCell>
        <mxCell id="_7CWWWRRHnUByzOvKkJp-12" parent="_7CWWWRRHnUByzOvKkJp-10" style="text;strokeColor=none;fillColor=none;align=left;verticalAlign=middle;spacingLeft=4;spacingRight=4;overflow=hidden;points=[[0,0.5],[1,0.5]];portConstraint=eastwest;rotatable=0;whiteSpace=wrap;html=1;" value="сотрудник" vertex="1">
          <mxGeometry height="20" width="160" y="60" as="geometry" />
        </mxCell>
        <mxCell id="_7CWWWRRHnUByzOvKkJp-13" parent="_7CWWWRRHnUByzOvKkJp-10" style="text;strokeColor=none;fillColor=none;align=left;verticalAlign=middle;spacingLeft=4;spacingRight=4;overflow=hidden;points=[[0,0.5],[1,0.5]];portConstraint=eastwest;rotatable=0;whiteSpace=wrap;html=1;" value="логин" vertex="1">
          <mxGeometry height="20" width="160" y="80" as="geometry" />
        </mxCell>
        <mxCell id="_7CWWWRRHnUByzOvKkJp-14" parent="_7CWWWRRHnUByzOvKkJp-10" style="text;strokeColor=none;fillColor=none;align=left;verticalAlign=middle;spacingLeft=4;spacingRight=4;overflow=hidden;points=[[0,0.5],[1,0.5]];portConstraint=eastwest;rotatable=0;whiteSpace=wrap;html=1;" value="пароль" vertex="1">
          <mxGeometry height="20" width="160" y="100" as="geometry" />
        </mxCell>
        <mxCell id="_7CWWWRRHnUByzOvKkJp-15" parent="_7CWWWRRHnUByzOvKkJp-10" style="text;strokeColor=none;fillColor=none;align=left;verticalAlign=middle;spacingLeft=4;spacingRight=4;overflow=hidden;points=[[0,0.5],[1,0.5]];portConstraint=eastwest;rotatable=0;whiteSpace=wrap;html=1;" value="роль" vertex="1">
          <mxGeometry height="20" width="160" y="120" as="geometry" />
        </mxCell>
        <mxCell id="_7CWWWRRHnUByzOvKkJp-16" edge="1" parent="1" source="_7CWWWRRHnUByzOvKkJp-15" style="edgeStyle=orthogonalEdgeStyle;rounded=0;orthogonalLoop=1;jettySize=auto;html=1;entryX=0;entryY=0.5;entryDx=0;entryDy=0;endArrow=ERmandOne;endFill=0;startArrow=ERoneToMany;startFill=0;" target="QCCio0czqhQAYPsaJVkk-41">
          <mxGeometry relative="1" as="geometry" />
        </mxCell>
        <mxCell id="_7CWWWRRHnUByzOvKkJp-17" edge="1" parent="1" source="_7CWWWRRHnUByzOvKkJp-12" style="edgeStyle=orthogonalEdgeStyle;rounded=0;orthogonalLoop=1;jettySize=auto;html=1;entryX=0;entryY=0.5;entryDx=0;entryDy=0;endArrow=ERmandOne;endFill=0;startArrow=ERoneToMany;startFill=0;" target="QCCio0czqhQAYPsaJVkk-20">
          <mxGeometry relative="1" as="geometry" />
        </mxCell>
      </root>
    </mxGraphModel>
  </diagram>
</mxfile>
